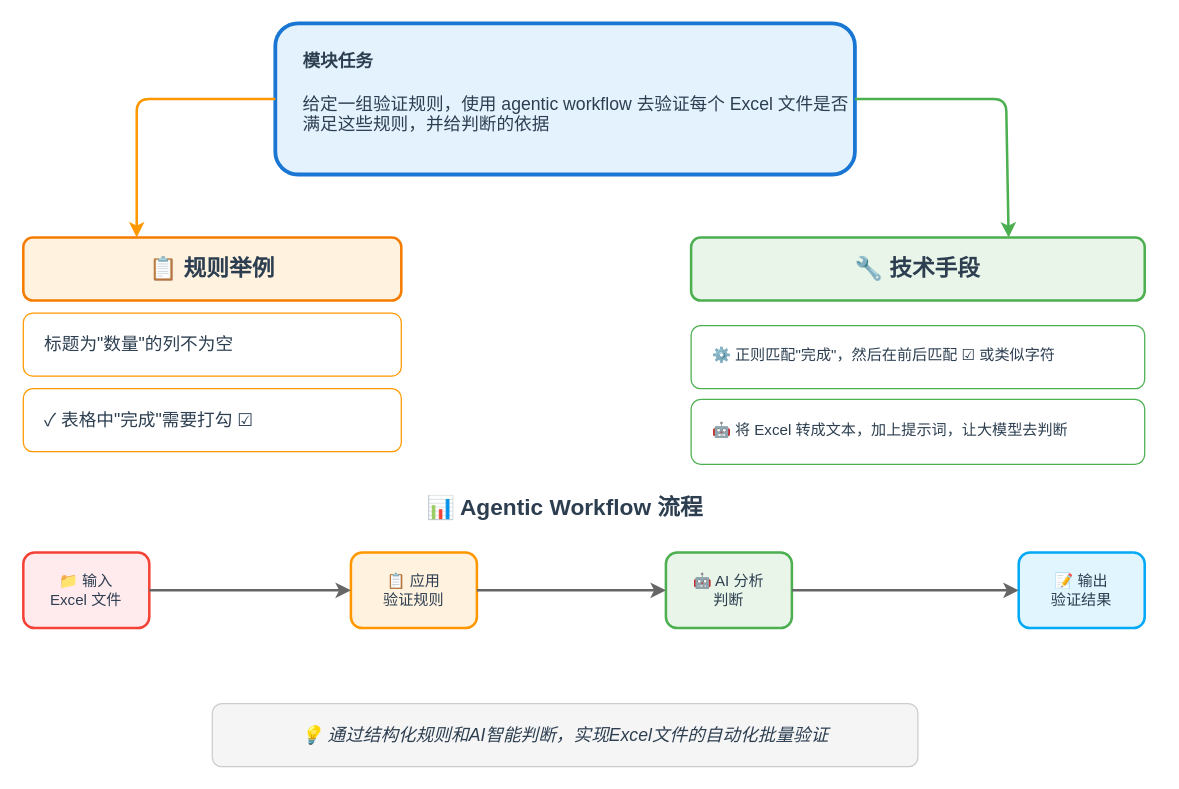
ronhuafeng/my-public-slides keeps this draw.io diagram as 2025-08-04 cursor meetup/images/excel-validation-scenario.drawio. Above is the earlier version. Source tidied: cells renumbered, new cells numbered last; positions are measured from the earlier drawing's top-left corner, leaving out a move shared by most shapes. Both pictures are drawn from the tidied source at 126%, with x=0, y=0 at pixel (23, 23).
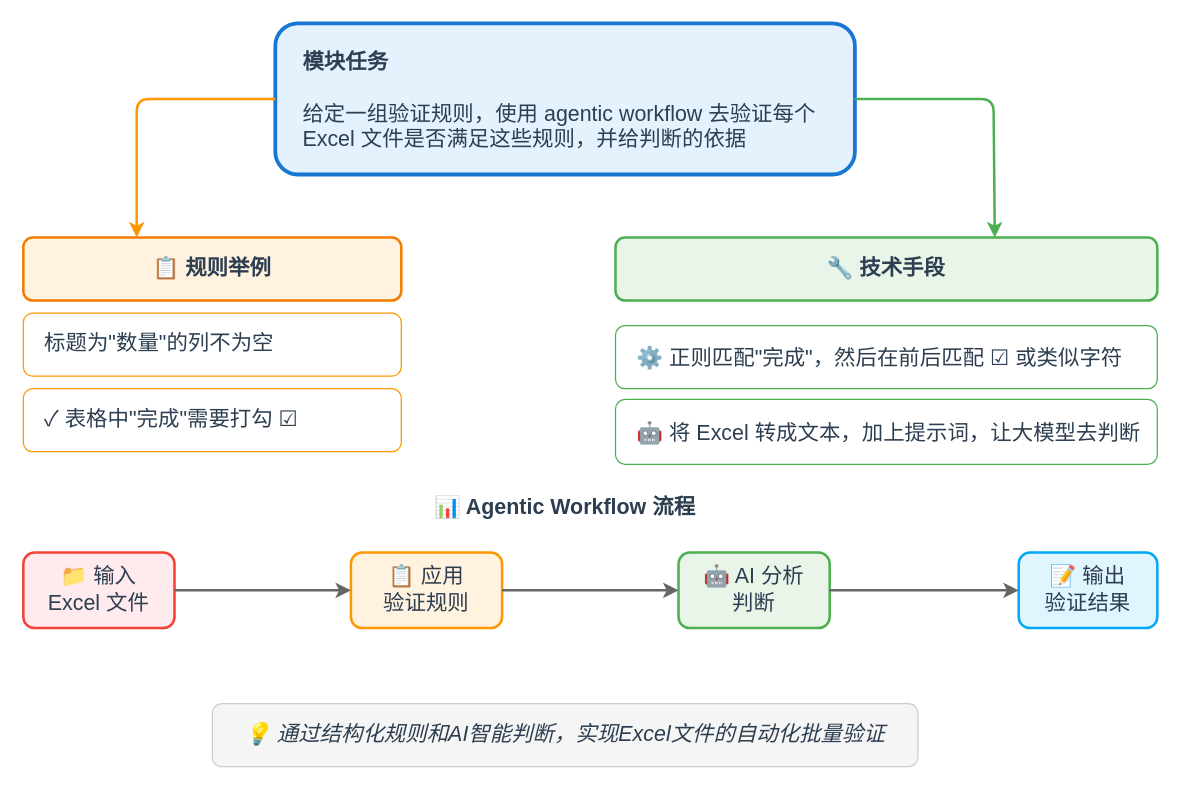
Above is the later version.

The edit, as a diff of the source:
```diff
@@
-    <mxCell id="2" value="&lt;b&gt;模块任务&lt;/b&gt;&lt;br&gt;&lt;br&gt;给定一组验证规则，使用 agentic workflow 去验证每个 Excel 文件是否满足这些规则，并给判断的依据" style="rounded=1;whiteSpace=wrap;html=1;fontSize=14;fillColor=#e3f2fd;strokeColor=#1976d2;strokeWidth=3;fontColor=#2c3e50;align=left;verticalAlign=top;spacingLeft=20;spacingTop=15;" parent="1" vertex="1">
+    <mxCell id="2" value="&lt;b&gt;模块任务&lt;/b&gt;&lt;br&gt;&lt;br&gt;给定一组验证规则，使用 agentic workflow 去验证每个 Excel 文件是否满足这些规则，并给判断的依据" style="rounded=1;whiteSpace=wrap;html=1;fontSize=17;fillColor=#e3f2fd;strokeColor=#1976d2;strokeWidth=3;fontColor=#2c3e50;align=left;verticalAlign=top;spacingLeft=20;spacingTop=15;" parent="1" vertex="1">
       <mxGeometry x="200" width="460" height="120" as="geometry" />
     </mxCell>
-    <mxCell id="3" value="📋 规则举例" style="rounded=1;whiteSpace=wrap;html=1;fontSize=18;fontStyle=1;fillColor=#fff3e0;strokeColor=#f57c00;strokeWidth=2;fontColor=#2c3e50;align=center;" parent="1" vertex="1">
+    <mxCell id="3" value="📋 规则举例" style="rounded=1;whiteSpace=wrap;html=1;fontSize=17;fontStyle=1;fillColor=#fff3e0;strokeColor=#f57c00;strokeWidth=2;fontColor=#2c3e50;align=center;" parent="1" vertex="1">
       <mxGeometry y="170" width="300" height="50" as="geometry" />
     </mxCell>
-    <mxCell id="4" value="标题为&quot;数量&quot;的列不为空" style="rounded=1;whiteSpace=wrap;html=1;fontSize=14;fillColor=#ffffff;strokeColor=#ff9800;strokeWidth=1;fontColor=#2c3e50;align=left;verticalAlign=middle;spacingLeft=15;" parent="1" vertex="1">
+    <mxCell id="4" value="标题为&quot;数量&quot;的列不为空" style="rounded=1;whiteSpace=wrap;html=1;fontSize=17;fillColor=#ffffff;strokeColor=#ff9800;strokeWidth=1;fontColor=#2c3e50;align=left;verticalAlign=middle;spacingLeft=15;" parent="1" vertex="1">
       <mxGeometry y="230" width="300" height="50" as="geometry" />
     </mxCell>
-    <mxCell id="5" value="✓ 表格中&quot;完成&quot;需要打勾 ☑" style="rounded=1;whiteSpace=wrap;html=1;fontSize=14;fillColor=#ffffff;strokeColor=#ff9800;strokeWidth=1;fontColor=#2c3e50;align=left;verticalAlign=middle;spacingLeft=15;" parent="1" vertex="1">
+    <mxCell id="5" value="✓ 表格中&quot;完成&quot;需要打勾 ☑" style="rounded=1;whiteSpace=wrap;html=1;fontSize=17;fillColor=#ffffff;strokeColor=#ff9800;strokeWidth=1;fontColor=#2c3e50;align=left;verticalAlign=middle;spacingLeft=15;" parent="1" vertex="1">
       <mxGeometry y="290" width="300" height="50" as="geometry" />
     </mxCell>
-    <mxCell id="6" value="🔧 技术手段" style="rounded=1;whiteSpace=wrap;html=1;fontSize=18;fontStyle=1;fillColor=#e8f5e8;strokeColor=#4caf50;strokeWidth=2;fontColor=#2c3e50;align=center;" parent="1" vertex="1">
-      <mxGeometry x="530" y="170" width="360" height="50" as="geometry" />
+    <mxCell id="6" value="🔧 技术手段" style="rounded=1;whiteSpace=wrap;html=1;fontSize=17;fontStyle=1;fillColor=#e8f5e8;strokeColor=#4caf50;strokeWidth=2;fontColor=#2c3e50;align=center;" parent="1" vertex="1">
+      <mxGeometry x="470" y="170" width="430" height="50" as="geometry" />
     </mxCell>
-    <mxCell id="7" value="⚙️ 正则匹配&quot;完成&quot;，然后在前后匹配 ☑ 或类似字符" style="rounded=1;whiteSpace=wrap;html=1;fontSize=12;fillColor=#ffffff;strokeColor=#4caf50;strokeWidth=1;fontColor=#2c3e50;align=left;verticalAlign=top;spacingLeft=15;spacingTop=10;" parent="1" vertex="1">
-      <mxGeometry x="530" y="240" width="360" height="50" as="geometry" />
+    <mxCell id="7" value="⚙️ 正则匹配&quot;完成&quot;，然后在前后匹配 ☑ 或类似字符" style="rounded=1;whiteSpace=wrap;html=1;fontSize=17;fillColor=#ffffff;strokeColor=#4caf50;strokeWidth=1;fontColor=#2c3e50;align=left;verticalAlign=top;spacingLeft=15;spacingTop=10;" parent="1" vertex="1">
+      <mxGeometry x="470" y="240" width="430" height="50" as="geometry" />
     </mxCell>
-    <mxCell id="8" value="🤖 将 Excel 转成文本，加上提示词，让大模型去判断" style="rounded=1;whiteSpace=wrap;html=1;fontSize=12;fillColor=#ffffff;strokeColor=#4caf50;strokeWidth=1;fontColor=#2c3e50;align=left;verticalAlign=top;spacingLeft=15;spacingTop=10;" parent="1" vertex="1">
-      <mxGeometry x="530" y="298.5" width="360" height="51.5" as="geometry" />
+    <mxCell id="8" value="🤖 将 Excel 转成文本，加上提示词，让大模型去判断" style="rounded=1;whiteSpace=wrap;html=1;fontSize=17;fillColor=#ffffff;strokeColor=#4caf50;strokeWidth=1;fontColor=#2c3e50;align=left;verticalAlign=top;spacingLeft=15;spacingTop=10;" parent="1" vertex="1">
+      <mxGeometry x="470" y="298.5" width="430" height="51.5" as="geometry" />
     </mxCell>
-    <mxCell id="9" style="endArrow=classic;html=1;rounded=1;strokeColor=#ff9800;strokeWidth=2;curved=0;exitX=0;exitY=0.5;exitDx=0;exitDy=0;entryX=0.3;entryY=0;entryDx=0;entryDy=0;" parent="1" edge="1" source="2" target="3">
+    <mxCell id="9" style="endArrow=classic;html=1;rounded=1;strokeColor=#ff9800;strokeWidth=2;curved=0;exitX=0;exitY=0.5;exitDx=0;exitDy=0;entryX=0.3;entryY=0;entryDx=0;entryDy=0;fontSize=17;" parent="1" edge="1" source="2" target="3">
       <mxGeometry relative="1" as="geometry">
         <Array as="points">
           <mxPoint x="90" y="60" />
         </Array>
       </mxGeometry>
     </mxCell>
-    <mxCell id="10" style="endArrow=classic;html=1;rounded=1;strokeColor=#4caf50;strokeWidth=2;curved=0;entryX=0.7;entryY=0;entryDx=0;entryDy=0;" parent="1" edge="1" source="2" target="6">
+    <mxCell id="10" style="endArrow=classic;html=1;rounded=1;strokeColor=#4caf50;strokeWidth=2;curved=0;entryX=0.7;entryY=0;entryDx=0;entryDy=0;fontSize=17;" parent="1" edge="1" source="2" target="6">
       <mxGeometry relative="1" as="geometry">
         <Array as="points">
-          <mxPoint x="780" y="60" />
+          <mxPoint x="770" y="60" />
         </Array>
       </mxGeometry>
     </mxCell>
-    <mxCell id="11" value="📊 Agentic Workflow 流程" style="text;html=1;strokeColor=none;fillColor=none;align=center;verticalAlign=middle;whiteSpace=wrap;rounded=0;fontSize=18;fontStyle=1;fontColor=#2c3e50;" parent="1" vertex="1">
+    <mxCell id="11" value="📊 Agentic Workflow 流程" style="text;html=1;strokeColor=none;fillColor=none;align=center;verticalAlign=middle;whiteSpace=wrap;rounded=0;fontSize=17;fontStyle=1;fontColor=#2c3e50;" parent="1" vertex="1">
       <mxGeometry x="300" y="370" width="260" height="30" as="geometry" />
     </mxCell>
-    <mxCell id="12" value="📁 输入&lt;br/&gt;Excel 文件" style="rounded=1;whiteSpace=wrap;html=1;fontSize=12;fillColor=#ffebee;strokeColor=#f44336;strokeWidth=2;fontColor=#2c3e50;align=center;" parent="1" vertex="1">
-      <mxGeometry y="420" width="100" height="60" as="geometry" />
+    <mxCell id="12" value="📁 输入&lt;br&gt;Excel 文件" style="rounded=1;whiteSpace=wrap;html=1;fontSize=17;fillColor=#ffebee;strokeColor=#f44336;strokeWidth=2;fontColor=#2c3e50;align=center;" parent="1" vertex="1">
+      <mxGeometry y="420" width="120" height="60" as="geometry" />
     </mxCell>
-    <mxCell id="13" value="📋 应用&lt;br/&gt;验证规则" style="rounded=1;whiteSpace=wrap;html=1;fontSize=12;fillColor=#fff3e0;strokeColor=#ff9800;strokeWidth=2;fontColor=#2c3e50;align=center;" parent="1" vertex="1">
-      <mxGeometry x="260" y="420" width="100" height="60" as="geometry" />
+    <mxCell id="13" value="📋 应用&lt;br&gt;验证规则" style="rounded=1;whiteSpace=wrap;html=1;fontSize=17;fillColor=#fff3e0;strokeColor=#ff9800;strokeWidth=2;fontColor=#2c3e50;align=center;" parent="1" vertex="1">
+      <mxGeometry x="260" y="420" width="120" height="60" as="geometry" />
     </mxCell>
-    <mxCell id="14" value="🤖 AI 分析&lt;br/&gt;判断" style="rounded=1;whiteSpace=wrap;html=1;fontSize=12;fillColor=#e8f5e8;strokeColor=#4caf50;strokeWidth=2;fontColor=#2c3e50;align=center;" parent="1" vertex="1">
-      <mxGeometry x="510" y="420" width="100" height="60" as="geometry" />
+    <mxCell id="14" value="🤖 AI 分析&lt;br&gt;判断" style="rounded=1;whiteSpace=wrap;html=1;fontSize=17;fillColor=#e8f5e8;strokeColor=#4caf50;strokeWidth=2;fontColor=#2c3e50;align=center;" parent="1" vertex="1">
+      <mxGeometry x="520" y="420" width="120" height="60" as="geometry" />
     </mxCell>
-    <mxCell id="15" value="📝 输出&lt;br/&gt;验证结果" style="rounded=1;whiteSpace=wrap;html=1;fontSize=12;fillColor=#e1f5fe;strokeColor=#03a9f4;strokeWidth=2;fontColor=#2c3e50;align=center;" parent="1" vertex="1">
-      <mxGeometry x="790" y="420" width="100" height="60" as="geometry" />
+    <mxCell id="15" value="📝 输出&lt;br&gt;验证结果" style="rounded=1;whiteSpace=wrap;html=1;fontSize=17;fillColor=#e1f5fe;strokeColor=#03a9f4;strokeWidth=2;fontColor=#2c3e50;align=center;" parent="1" vertex="1">
+      <mxGeometry x="790" y="420" width="110" height="60" as="geometry" />
     </mxCell>
-    <mxCell id="16" style="endArrow=classic;html=1;rounded=0;strokeColor=#666666;strokeWidth=2;exitX=1;exitY=0.5;exitDx=0;exitDy=0;entryX=0;entryY=0.5;entryDx=0;entryDy=0;" parent="1" edge="1" source="12" target="13">
+    <mxCell id="16" style="endArrow=classic;html=1;rounded=0;strokeColor=#666666;strokeWidth=2;exitX=1;exitY=0.5;exitDx=0;exitDy=0;entryX=0;entryY=0.5;entryDx=0;entryDy=0;fontSize=17;" parent="1" edge="1" source="12" target="13">
       <mxGeometry relative="1" as="geometry" />
     </mxCell>
-    <mxCell id="17" style="endArrow=classic;html=1;rounded=0;strokeColor=#666666;strokeWidth=2;exitX=1;exitY=0.5;exitDx=0;exitDy=0;entryX=0;entryY=0.5;entryDx=0;entryDy=0;" parent="1" edge="1" source="13" target="14">
+    <mxCell id="17" style="endArrow=classic;html=1;rounded=0;strokeColor=#666666;strokeWidth=2;exitX=1;exitY=0.5;exitDx=0;exitDy=0;entryX=0;entryY=0.5;entryDx=0;entryDy=0;fontSize=17;" parent="1" edge="1" source="13" target="14">
       <mxGeometry relative="1" as="geometry" />
     </mxCell>
-    <mxCell id="18" style="endArrow=classic;html=1;rounded=0;strokeColor=#666666;strokeWidth=2;exitX=1;exitY=0.5;exitDx=0;exitDy=0;entryX=0;entryY=0.5;entryDx=0;entryDy=0;" parent="1" edge="1" source="14" target="15">
+    <mxCell id="18" style="endArrow=classic;html=1;rounded=0;strokeColor=#666666;strokeWidth=2;exitX=1;exitY=0.5;exitDx=0;exitDy=0;entryX=0;entryY=0.5;entryDx=0;entryDy=0;fontSize=17;" parent="1" edge="1" source="14" target="15">
       <mxGeometry relative="1" as="geometry" />
     </mxCell>
-    <mxCell id="19" value="💡 通过结构化规则和AI智能判断，实现Excel文件的自动化批量验证" style="rounded=1;whiteSpace=wrap;html=1;fontSize=14;fillColor=#f5f5f5;strokeColor=#cccccc;strokeWidth=1;fontColor=#2c3e50;align=center;fontStyle=2;" parent="1" vertex="1">
+    <mxCell id="19" value="💡 通过结构化规则和AI智能判断，实现Excel文件的自动化批量验证" style="rounded=1;whiteSpace=wrap;html=1;fontSize=17;fillColor=#f5f5f5;strokeColor=#cccccc;strokeWidth=1;fontColor=#2c3e50;align=center;fontStyle=2;" parent="1" vertex="1">
       <mxGeometry x="150" y="540" width="560" height="50" as="geometry" />
     </mxCell>
```
